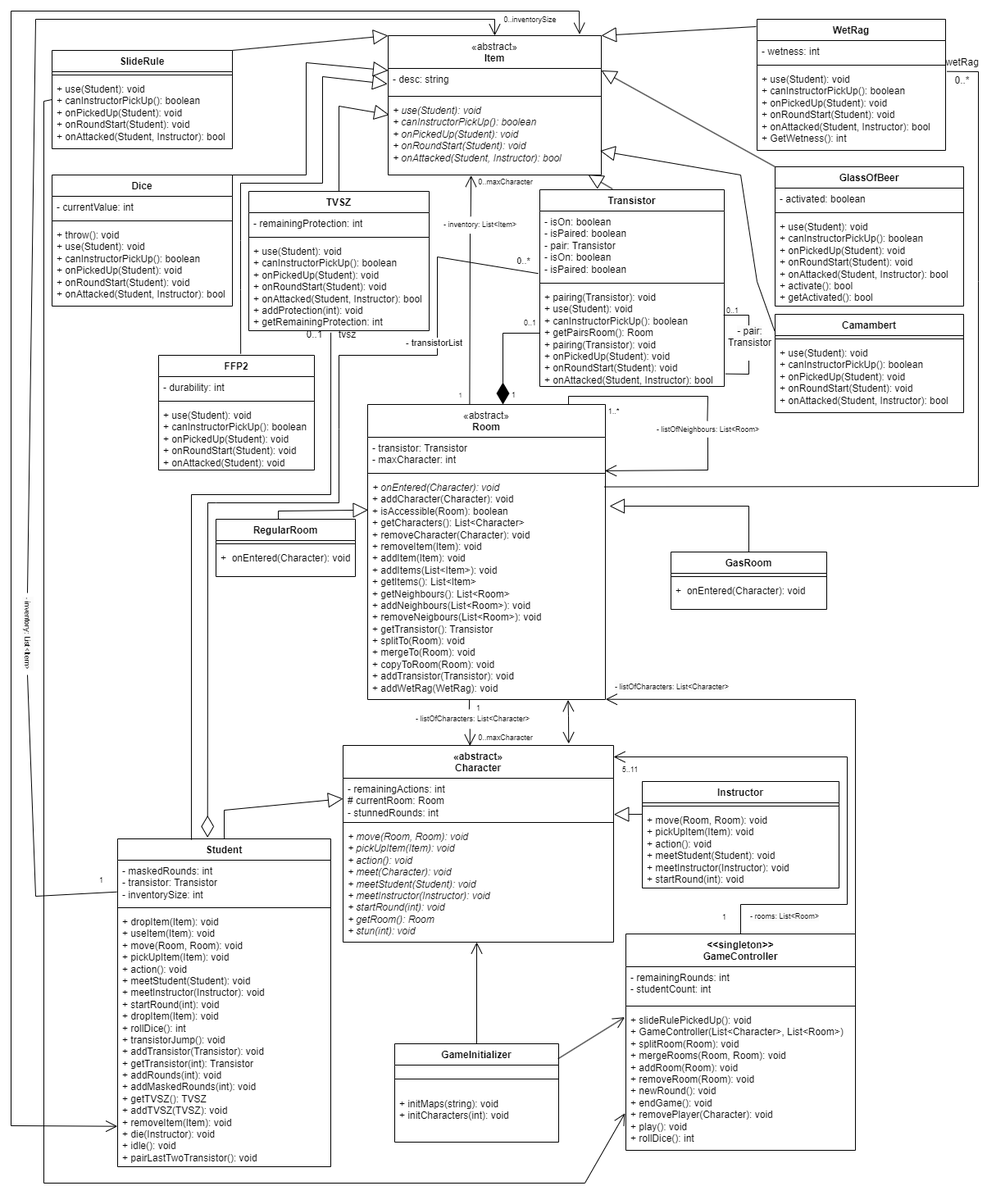
Before: Beadások/5. Beadás/Fixed-Fixed Class Diagram.drawio.png, a diagram exported from draw.io (XanleR/U.B.R.---Projlab-2024). Source tidied: cells renumbered, new cells last; positions are measured from the earlier drawing's top-left corner, leaving out a move shared by most shapes.
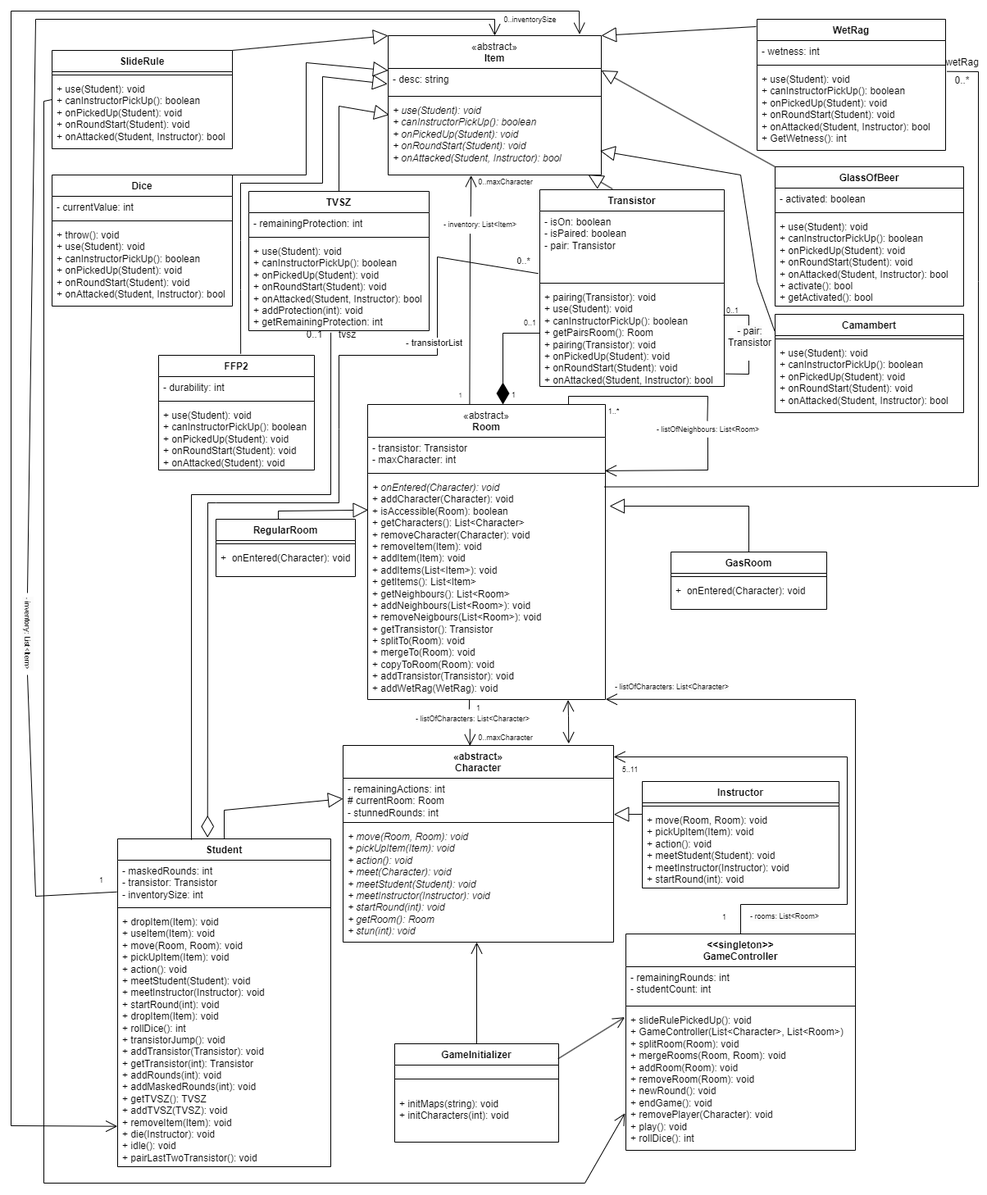
After the change.

The edit, as a diff of the source:
```diff
@@ -229,7 +229,7 @@
     <mxCell id="66" value="Transistor" style="swimlane;fontStyle=1;align=center;verticalAlign=top;horizontal=1;startSize=26;whiteSpace=wrap;html=1;" parent="1" vertex="1">
       <mxGeometry x="675" y="218" width="225" height="240" as="geometry" />
     </mxCell>
-    <mxCell id="67" value="&lt;div&gt;- isOn: boolean&lt;/div&gt;&lt;div&gt;- isPaired: boolean&lt;/div&gt;&lt;div&gt;- pair: Transistor&lt;div&gt;- isOn: boolean&lt;/div&gt;&lt;div&gt;- isPaired: boolean&lt;/div&gt;&lt;/div&gt;" style="text;strokeColor=none;fillColor=none;align=left;verticalAlign=top;spacingLeft=4;spacingRight=4;overflow=hidden;whiteSpace=wrap;html=1;" parent="66" vertex="1">
+    <mxCell id="67" value="&lt;div&gt;- isOn: boolean&lt;/div&gt;&lt;div&gt;- isPaired: boolean&lt;/div&gt;&lt;div&gt;- pair: Transistor&lt;/div&gt;" style="text;strokeColor=none;fillColor=none;align=left;verticalAlign=top;spacingLeft=4;spacingRight=4;overflow=hidden;whiteSpace=wrap;html=1;" parent="66" vertex="1">
       <mxGeometry y="26" width="225" height="84" as="geometry" />
     </mxCell>
     <mxCell id="68" style="line;strokeWidth=1;fillColor=none;align=left;verticalAlign=middle;spacingTop=-1;spacingLeft=3;spacingRight=3;labelPosition=right;strokeColor=inherit;" parent="66" vertex="1">
```
